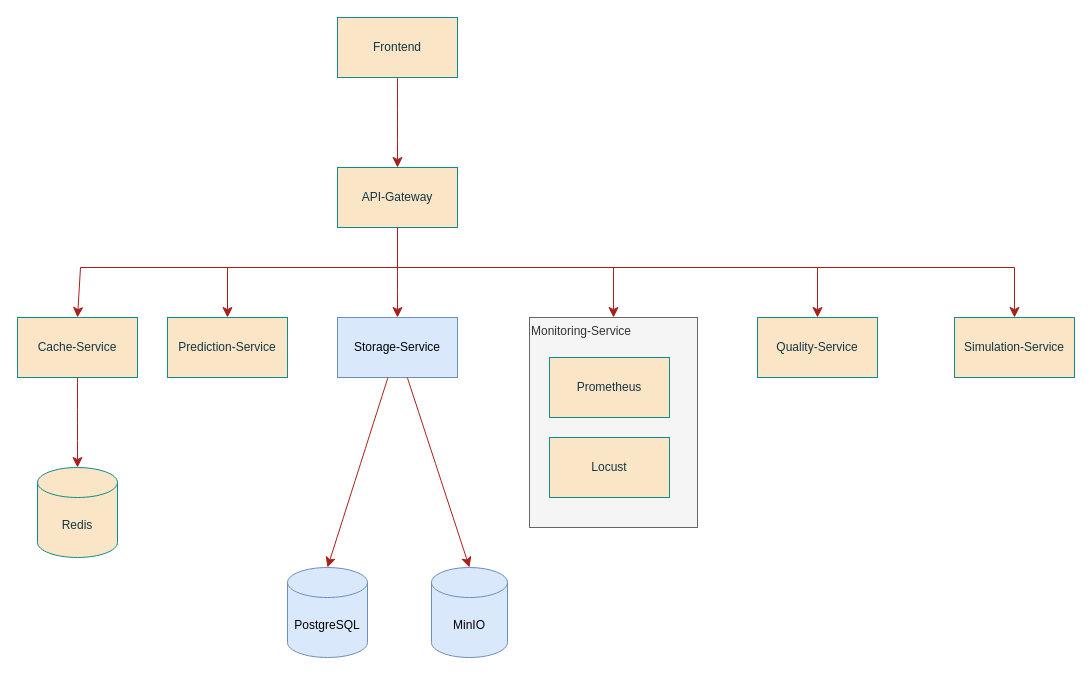
This is documentation/diagrams/Architecture-diagram.drawio from MarvMa/ARPAS-Services, a draw.io file, before an edit. Source tidied: cells renumbered, new cells numbered last; positions are measured from the earlier drawing's top-left corner, leaving out a move shared by most shapes. Both pictures are drawn from the tidied source at 100%, with x=0, y=0 at pixel (17, 17).
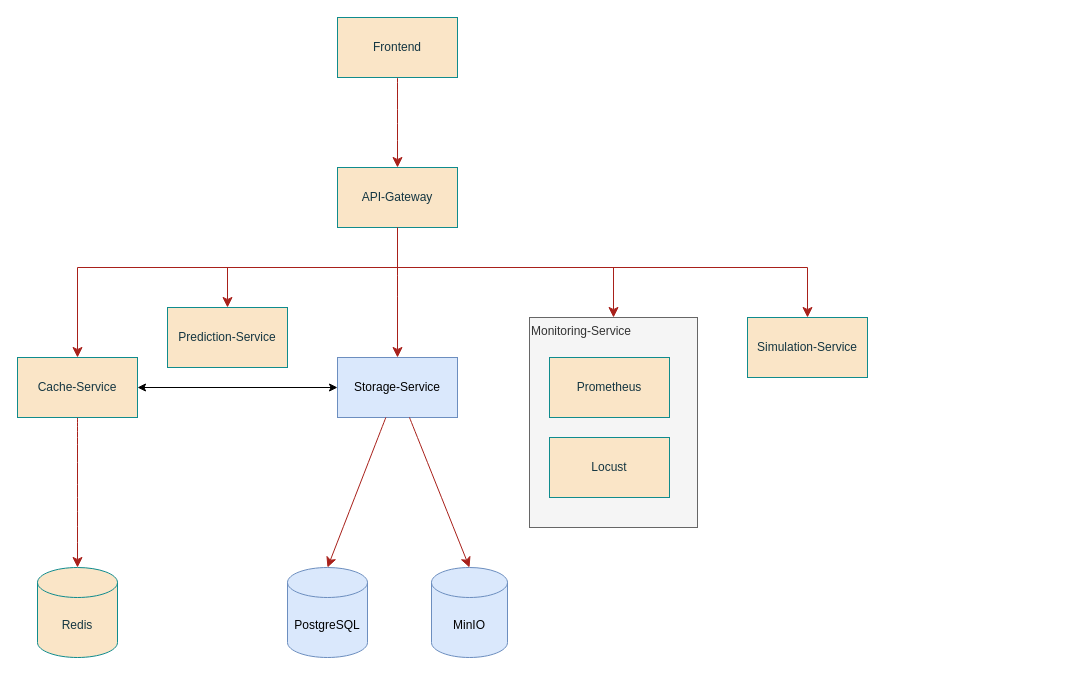
The same diagram, later.

The change refers to these unchanged cells:
```xml
<mxCell id="10" value="API-Gateway" style="rounded=0;whiteSpace=wrap;html=1;labelBackgroundColor=none;fillColor=#FAE5C7;strokeColor=#0F8B8D;fontColor=#143642;" parent="1" vertex="1">
  <mxGeometry x="320" y="150" width="120" height="60" as="geometry" />
</mxCell>
```

Change to the diagram source:
```diff
@@
+    <mxCell id="25" style="edgeStyle=orthogonalEdgeStyle;rounded=0;jettySize=auto;html=1;startArrow=classic;startFill=1;" parent="1" edge="1" source="2" target="19">
+      <mxGeometry relative="1" as="geometry" />
+    </mxCell>
     <mxCell id="2" value="Storage-Service" style="rounded=0;whiteSpace=wrap;html=1;labelBackgroundColor=none;fillColor=#dae8fc;strokeColor=#6c8ebf;" parent="1" vertex="1">
-      <mxGeometry x="320" y="300" width="120" height="60" as="geometry" />
+      <mxGeometry x="320" y="340" width="120" height="60" as="geometry" />
     </mxCell>
@@
     <mxCell id="8" style="edgeStyle=none;curved=0;rounded=0;jettySize=auto;html=1;entryX=0.5;entryY=0;entryDx=0;entryDy=0;strokeColor=#A8201A;fontSize=12;fontColor=#143642;startSize=8;endSize=8;fillColor=#FAE5C7;exitX=0.5;exitY=1;exitDx=0;exitDy=0;" parent="1" edge="1" source="10" target="24">
       <mxGeometry relative="1" as="geometry">
         <Array as="points">
           <mxPoint x="380" y="250" />
-          <mxPoint x="997" y="250" />
+          <mxPoint x="790" y="250" />
         </Array>
       </mxGeometry>
     </mxCell>
-    <mxCell id="9" style="edgeStyle=none;curved=0;rounded=0;jettySize=auto;html=1;entryX=0.5;entryY=0;entryDx=0;entryDy=0;strokeColor=#A8201A;fontSize=12;fontColor=#143642;startSize=8;endSize=8;fillColor=#FAE5C7;" parent="1" edge="1" source="10" target="17">
-      <mxGeometry relative="1" as="geometry">
-        <Array as="points">
-          <mxPoint x="380" y="250" />
-          <mxPoint x="800" y="250" />
-        </Array>
-      </mxGeometry>
-    </mxCell>
@@
     <mxCell id="14" value="Redis" style="shape=cylinder3;whiteSpace=wrap;html=1;boundedLbl=1;backgroundOutline=1;size=15;labelBackgroundColor=none;fillColor=#FAE5C7;strokeColor=#0F8B8D;fontColor=#143642;" parent="1" vertex="1">
-      <mxGeometry x="20" y="450" width="80" height="90" as="geometry" />
+      <mxGeometry x="20" y="550" width="80" height="90" as="geometry" />
     </mxCell>
@@
-    <mxCell id="17" value="Quality-Service" style="rounded=0;whiteSpace=wrap;html=1;labelBackgroundColor=none;fillColor=#FAE5C7;strokeColor=#0F8B8D;fontColor=#143642;" parent="1" vertex="1">
-      <mxGeometry x="740" y="300" width="120" height="60" as="geometry" />
-    </mxCell>
@@
     <mxCell id="19" value="Cache-Service" style="rounded=0;whiteSpace=wrap;html=1;labelBackgroundColor=none;fillColor=#FAE5C7;strokeColor=#0F8B8D;fontColor=#143642;" parent="1" vertex="1">
-      <mxGeometry y="300" width="120" height="60" as="geometry" />
+      <mxGeometry y="340" width="120" height="60" as="geometry" />
     </mxCell>
     <mxCell id="20" value="Prediction-Service" style="rounded=0;whiteSpace=wrap;html=1;labelBackgroundColor=none;fillColor=#FAE5C7;strokeColor=#0F8B8D;fontColor=#143642;" parent="1" vertex="1">
-      <mxGeometry x="150" y="300" width="120" height="60" as="geometry" />
+      <mxGeometry x="150" y="290" width="120" height="60" as="geometry" />
     </mxCell>
     <mxCell id="21" style="edgeStyle=none;curved=0;rounded=0;jettySize=auto;html=1;fontSize=12;startSize=8;endSize=8;entryX=0.5;entryY=0;entryDx=0;entryDy=0;labelBackgroundColor=none;strokeColor=#A8201A;fontColor=default;" parent="1" edge="1" source="10" target="19">
       <mxGeometry relative="1" as="geometry">
         <Array as="points">
           <mxPoint x="380" y="250" />
-          <mxPoint x="63" y="250" />
+          <mxPoint x="60" y="250" />
         </Array>
       </mxGeometry>
     </mxCell>
@@
     <mxCell id="24" value="Simulation-Service" style="rounded=0;whiteSpace=wrap;html=1;labelBackgroundColor=none;fillColor=#FAE5C7;strokeColor=#0F8B8D;fontColor=#143642;" parent="1" vertex="1">
-      <mxGeometry x="937" y="300" width="120" height="60" as="geometry" />
+      <mxGeometry x="730" y="300" width="120" height="60" as="geometry" />
     </mxCell>
```
